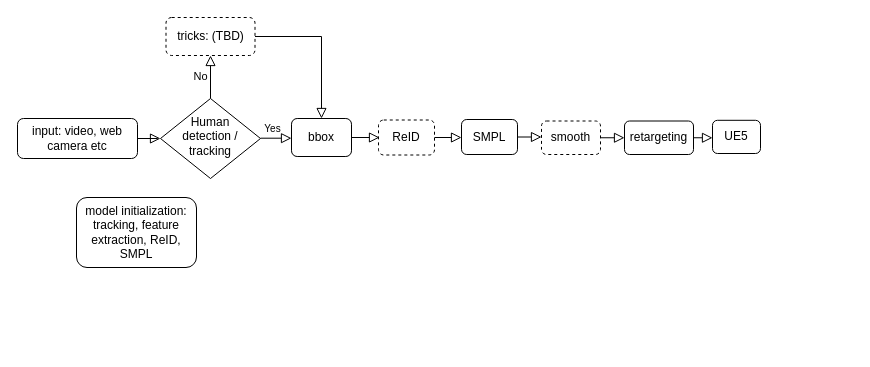
zhewei-mt/zhewei-mt keeps this draw.io diagram as suiying_pipeline.drawio. Above is the earlier version. Source tidied: cells renumbered, new cells numbered last; positions are measured from the earlier drawing's top-left corner, leaving out a move shared by most shapes. Both pictures are drawn from the tidied source at 100%, with x=0, y=0 at pixel (17, 17).
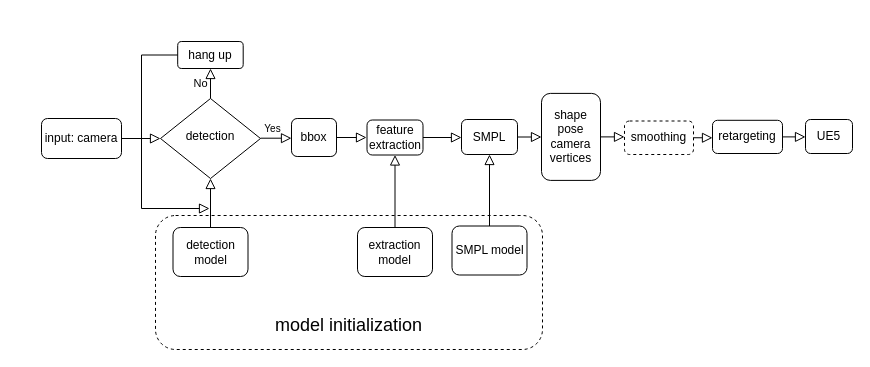
The same page after the edit.

Unchanged cells that the change refers to:
```xml
<mxCell id="7" value="SMPL" style="rounded=1;whiteSpace=wrap;html=1;fontSize=12;glass=0;strokeWidth=1;shadow=0;" parent="1" vertex="1">
  <mxGeometry x="444" y="102" width="56" height="35" as="geometry" />
</mxCell>
```

Change to the diagram source:
```diff
@@
-    <mxCell id="3" value="input: video, web camera etc" style="rounded=1;whiteSpace=wrap;html=1;fontSize=12;glass=0;strokeWidth=1;shadow=0;" parent="1" vertex="1">
-      <mxGeometry y="101" width="120" height="40" as="geometry" />
+    <mxCell id="3" value="input: camera" style="rounded=1;whiteSpace=wrap;html=1;fontSize=12;glass=0;strokeWidth=1;shadow=0;" parent="1" vertex="1">
+      <mxGeometry x="24" y="101" width="80" height="40" as="geometry" />
     </mxCell>
@@
-    <mxCell id="5" value="Human detection / tracking" style="rhombus;whiteSpace=wrap;html=1;shadow=0;fontFamily=Helvetica;fontSize=12;align=center;strokeWidth=1;spacing=6;spacingTop=-4;" parent="1" vertex="1">
+    <mxCell id="5" value="detection" style="rhombus;whiteSpace=wrap;html=1;shadow=0;fontFamily=Helvetica;fontSize=12;align=center;strokeWidth=1;spacing=6;spacingTop=-4;" parent="1" vertex="1">
       <mxGeometry x="143" y="81" width="100" height="80" as="geometry" />
     </mxCell>
-    <mxCell id="6" value="tricks: (TBD)" style="rounded=1;whiteSpace=wrap;html=1;fontSize=12;glass=0;strokeWidth=1;shadow=0;dashed=1;" parent="1" vertex="1">
-      <mxGeometry x="148.5" width="89" height="38" as="geometry" />
+    <mxCell id="6" value="hang up" style="rounded=1;whiteSpace=wrap;html=1;fontSize=12;glass=0;strokeWidth=1;shadow=0;" parent="1" vertex="1">
+      <mxGeometry x="160.2" y="24" width="65.5" height="27" as="geometry" />
     </mxCell>
@@
     <mxCell id="8" value="bbox" style="rounded=1;whiteSpace=wrap;html=1;fontSize=12;glass=0;strokeWidth=1;shadow=0;" parent="1" vertex="1">
-      <mxGeometry x="274" y="101" width="60" height="38" as="geometry" />
+      <mxGeometry x="274" y="101" width="45" height="38" as="geometry" />
     </mxCell>
-    <mxCell id="9" value="model initialization: tracking, feature extraction, ReID, SMPL" style="rounded=1;whiteSpace=wrap;html=1;fontSize=12;glass=0;strokeWidth=1;shadow=0;" parent="1" vertex="1">
-      <mxGeometry x="59" y="180" width="120" height="70" as="geometry" />
+    <mxCell id="9" value="&lt;br&gt;&lt;br&gt;&lt;br&gt;&lt;br&gt;&lt;br&gt;&lt;br&gt;&lt;font style=&quot;font-size: 18px;&quot;&gt;model initialization&lt;/font&gt;" style="rounded=1;whiteSpace=wrap;html=1;fontSize=12;glass=0;strokeWidth=1;shadow=0;dashed=1;" parent="1" vertex="1">
+      <mxGeometry x="138" y="198" width="387" height="134" as="geometry" />
     </mxCell>
-    <mxCell id="10" value="ReID" style="rounded=1;whiteSpace=wrap;html=1;fontSize=12;glass=0;strokeWidth=1;shadow=0;dashed=1;" parent="1" vertex="1">
-      <mxGeometry x="361" y="102.5" width="56" height="35" as="geometry" />
+    <mxCell id="10" value="feature extraction" style="rounded=1;whiteSpace=wrap;html=1;fontSize=12;glass=0;strokeWidth=1;shadow=0;" parent="1" vertex="1">
+      <mxGeometry x="349.5" y="102.5" width="56" height="35" as="geometry" />
     </mxCell>
-    <mxCell id="11" value="smooth" style="rounded=1;whiteSpace=wrap;html=1;fontSize=12;glass=0;strokeWidth=1;shadow=0;dashed=1;" parent="1" vertex="1">
-      <mxGeometry x="524" y="103.5" width="59" height="33.5" as="geometry" />
+    <mxCell id="11" value="shape&lt;br&gt;pose&lt;br&gt;camera&lt;br&gt;vertices" style="rounded=1;whiteSpace=wrap;html=1;fontSize=12;glass=0;strokeWidth=1;shadow=0;" parent="1" vertex="1">
+      <mxGeometry x="524" y="75.9" width="59" height="87" as="geometry" />
     </mxCell>
-    <mxCell id="12" value="retargeting" style="rounded=1;whiteSpace=wrap;html=1;fontSize=12;glass=0;strokeWidth=1;shadow=0;" parent="1" vertex="1">
+    <mxCell id="12" value="smoothing" style="rounded=1;whiteSpace=wrap;html=1;fontSize=12;glass=0;strokeWidth=1;shadow=0;dashed=1;" parent="1" vertex="1">
       <mxGeometry x="607" y="103.5" width="69" height="33.5" as="geometry" />
     </mxCell>
@@
-    <mxCell id="15" style="rounded=0;html=1;jettySize=auto;fontSize=11;endArrow=block;endFill=0;endSize=8;strokeWidth=1;shadow=0;labelBackgroundColor=none;edgeStyle=orthogonalEdgeStyle;exitX=1;exitY=0.5;exitDx=0;exitDy=0;entryX=0.5;entryY=0;entryDx=0;entryDy=0;" parent="1" edge="1" source="6" target="8">
-      <mxGeometry relative="1" as="geometry" />
-    </mxCell>
@@
     <mxCell id="17" style="rounded=0;html=1;jettySize=auto;fontSize=11;endArrow=block;endFill=0;endSize=8;strokeWidth=1;shadow=0;labelBackgroundColor=none;edgeStyle=orthogonalEdgeStyle;exitX=1;exitY=0.5;exitDx=0;exitDy=0;" parent="1" edge="1" source="8">
       <mxGeometry relative="1" as="geometry">
-        <mxPoint x="362" y="120" as="targetPoint" />
+        <mxPoint x="349" y="120" as="targetPoint" />
       </mxGeometry>
     </mxCell>
@@
-    <mxCell id="20" value="UE5" style="rounded=1;whiteSpace=wrap;html=1;fontSize=12;glass=0;strokeWidth=1;shadow=0;" parent="1" vertex="1">
-      <mxGeometry x="695" y="102.8" width="48" height="33.2" as="geometry" />
+    <mxCell id="20" value="retargeting" style="rounded=1;whiteSpace=wrap;html=1;fontSize=12;glass=0;strokeWidth=1;shadow=0;" parent="1" vertex="1">
+      <mxGeometry x="695" y="102.8" width="70" height="33.2" as="geometry" />
     </mxCell>
@@
+    <mxCell id="22" value="detection model" style="rounded=1;whiteSpace=wrap;html=1;fontSize=12;glass=0;strokeWidth=1;shadow=0;" parent="1" vertex="1">
+      <mxGeometry x="155.5" y="210" width="75" height="49" as="geometry" />
+    </mxCell>
+    <mxCell id="23" style="rounded=0;html=1;jettySize=auto;fontSize=11;endArrow=block;endFill=0;endSize=8;strokeWidth=1;shadow=0;labelBackgroundColor=none;edgeStyle=orthogonalEdgeStyle;exitX=0.5;exitY=0;exitDx=0;exitDy=0;entryX=0.5;entryY=1;entryDx=0;entryDy=0;" parent="1" edge="1" source="22" target="5">
+      <mxGeometry relative="1" as="geometry" />
+    </mxCell>
+    <mxCell id="24" value="extraction model" style="rounded=1;whiteSpace=wrap;html=1;fontSize=12;glass=0;strokeWidth=1;shadow=0;" parent="1" vertex="1">
+      <mxGeometry x="340" y="210" width="75" height="49" as="geometry" />
+    </mxCell>
+    <mxCell id="25" style="rounded=0;html=1;jettySize=auto;fontSize=11;endArrow=block;endFill=0;endSize=8;strokeWidth=1;shadow=0;labelBackgroundColor=none;edgeStyle=orthogonalEdgeStyle;exitX=0.5;exitY=0;exitDx=0;exitDy=0;" parent="1" edge="1" source="24" target="10">
+      <mxGeometry relative="1" as="geometry" />
+    </mxCell>
+    <mxCell id="26" style="rounded=0;html=1;jettySize=auto;fontSize=11;endArrow=block;endFill=0;endSize=8;strokeWidth=1;shadow=0;labelBackgroundColor=none;edgeStyle=orthogonalEdgeStyle;exitX=0;exitY=0.5;exitDx=0;exitDy=0;" parent="1" edge="1" source="6">
+      <mxGeometry relative="1" as="geometry">
+        <mxPoint x="192" y="191" as="targetPoint" />
+        <Array as="points">
+          <mxPoint x="124" y="38" />
+          <mxPoint x="124" y="191" />
+        </Array>
+      </mxGeometry>
+    </mxCell>
+    <mxCell id="27" value="UE5" style="rounded=1;whiteSpace=wrap;html=1;fontSize=12;glass=0;strokeWidth=1;shadow=0;" parent="1" vertex="1">
+      <mxGeometry x="788" y="102" width="47" height="34" as="geometry" />
+    </mxCell>
+    <mxCell id="28" style="rounded=0;html=1;jettySize=auto;fontSize=11;endArrow=block;endFill=0;endSize=8;strokeWidth=1;shadow=0;labelBackgroundColor=none;edgeStyle=orthogonalEdgeStyle;exitX=1;exitY=0.5;exitDx=0;exitDy=0;entryX=0;entryY=0.5;entryDx=0;entryDy=0;" parent="1" edge="1" source="20" target="27">
+      <mxGeometry relative="1" as="geometry" />
+    </mxCell>
+    <mxCell id="29" value="SMPL model" style="rounded=1;whiteSpace=wrap;html=1;fontSize=12;glass=0;strokeWidth=1;shadow=0;" parent="1" vertex="1">
+      <mxGeometry x="434.5" y="208.5" width="75" height="49" as="geometry" />
+    </mxCell>
+    <mxCell id="30" style="rounded=0;html=1;jettySize=auto;fontSize=11;endArrow=block;endFill=0;endSize=8;strokeWidth=1;shadow=0;labelBackgroundColor=none;edgeStyle=orthogonalEdgeStyle;exitX=0.5;exitY=0;exitDx=0;exitDy=0;entryX=0.5;entryY=1;entryDx=0;entryDy=0;" parent="1" edge="1" source="29" target="7">
+      <mxGeometry relative="1" as="geometry" />
+    </mxCell>
```
